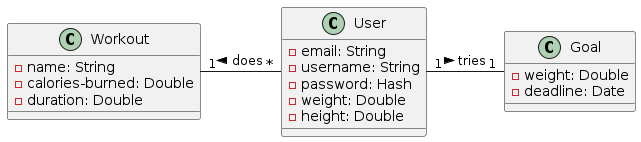
The PlantUML diagram images/structure.png in 2223-3bhif-syp/02-projekte-CalorieCounter, before a commit.
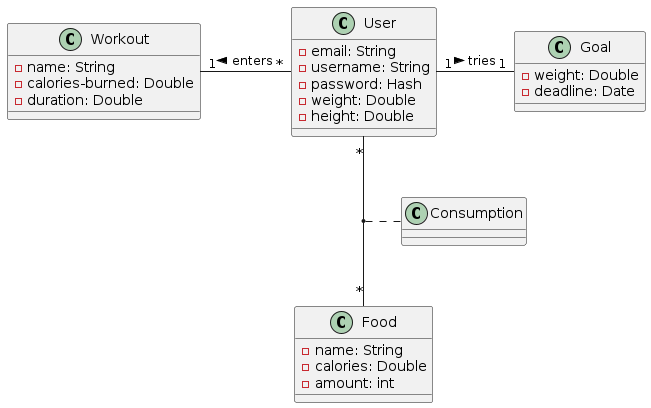
The same diagram one commit later.

Change to the diagram source:
```diff
@@ -21,7 +21,15 @@
     - duration: Double
 }
 
+class Food {
+    - name: String
+    - calories: Double
+    - amount: int
+}
+
 User "1" - "1" Goal : > tries
-Workout "1" - "*" User : < does
+Workout "1" - "*" User : < enters
+User "*" -- "*" Food
+(User, Food) .. Consumption
 
 @enduml
```
